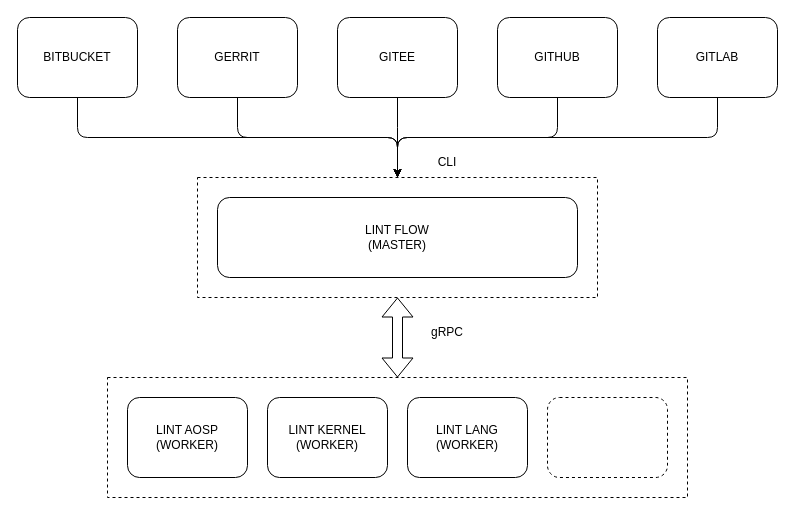
This is design.drawio from devops-lintflow/lintwork, a draw.io file, before an edit. Source tidied: cells renumbered, new cells numbered last; positions are measured from the earlier drawing's top-left corner, leaving out a move shared by most shapes. Both pictures are drawn from the tidied source at 100%, with x=0, y=0 at pixel (17, 17).
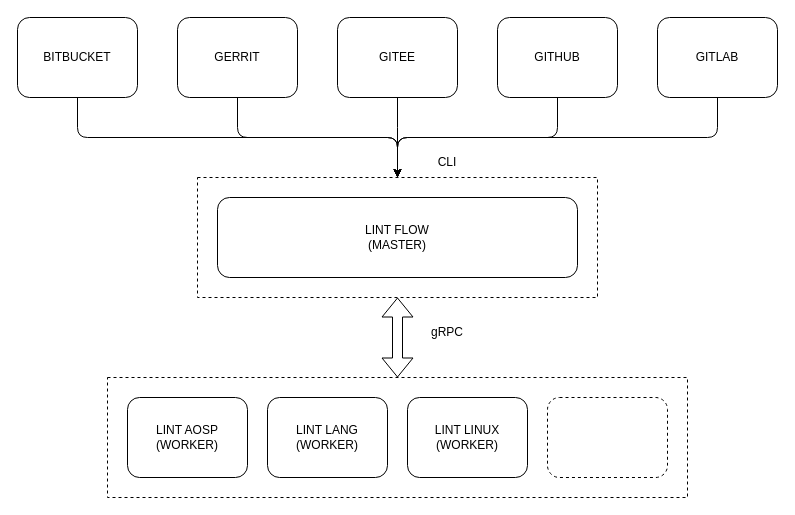
Above is the later version.

Change to the diagram source:
```diff
@@
-    <mxCell id="13" value="LINT KERNEL&lt;br&gt;(WORKER)" style="rounded=1;whiteSpace=wrap;html=1;" parent="1" vertex="1">
+    <mxCell id="13" value="LINT LANG&lt;br&gt;(WORKER)" style="rounded=1;whiteSpace=wrap;html=1;" parent="1" vertex="1">
       <mxGeometry x="250" y="380" width="120" height="80" as="geometry" />
     </mxCell>
@@
-    <mxCell id="18" value="LINT LANG&lt;br&gt;(WORKER)" style="rounded=1;whiteSpace=wrap;html=1;" parent="1" vertex="1">
+    <mxCell id="18" value="LINT LINUX&lt;br&gt;(WORKER)" style="rounded=1;whiteSpace=wrap;html=1;" parent="1" vertex="1">
       <mxGeometry x="390" y="380" width="120" height="80" as="geometry" />
     </mxCell>
```
